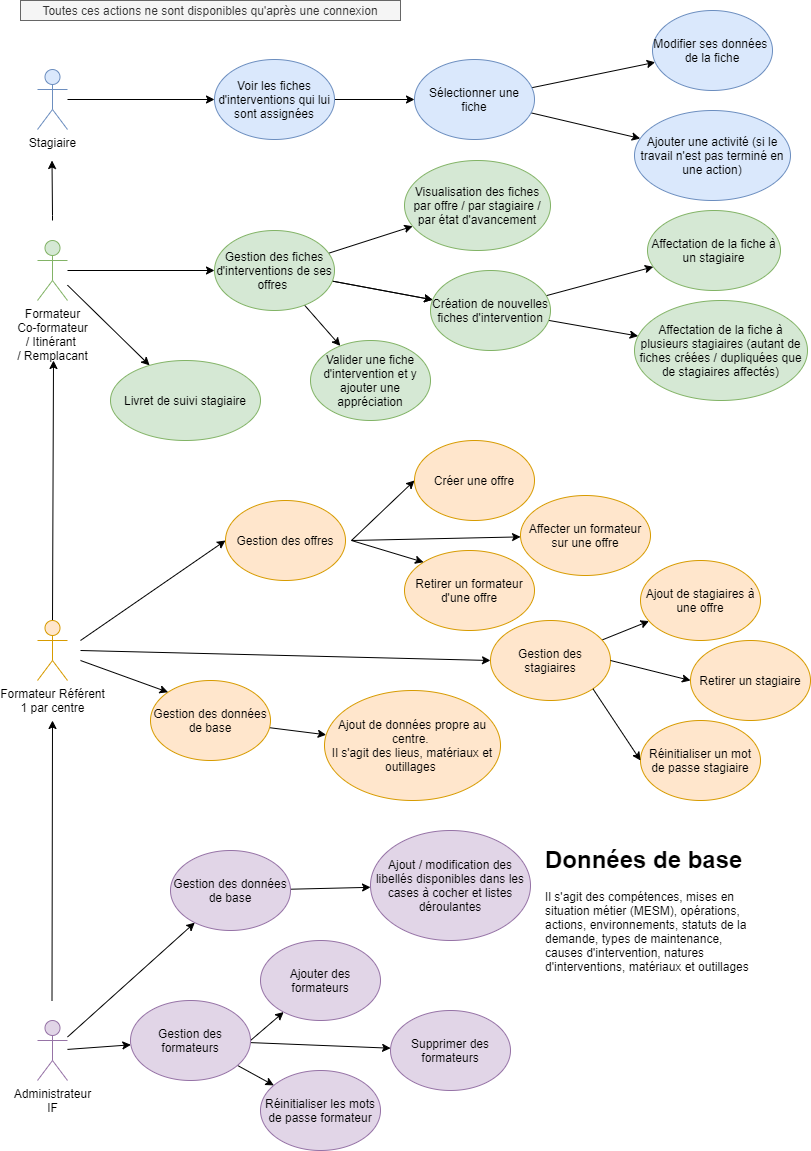
Above: DOCS/useCase.png in tancraft/Stage (draw.io), before the change. Source tidied: cells renumbered, new cells last; positions are measured from the earlier drawing's top-left corner, leaving out a move shared by most shapes.
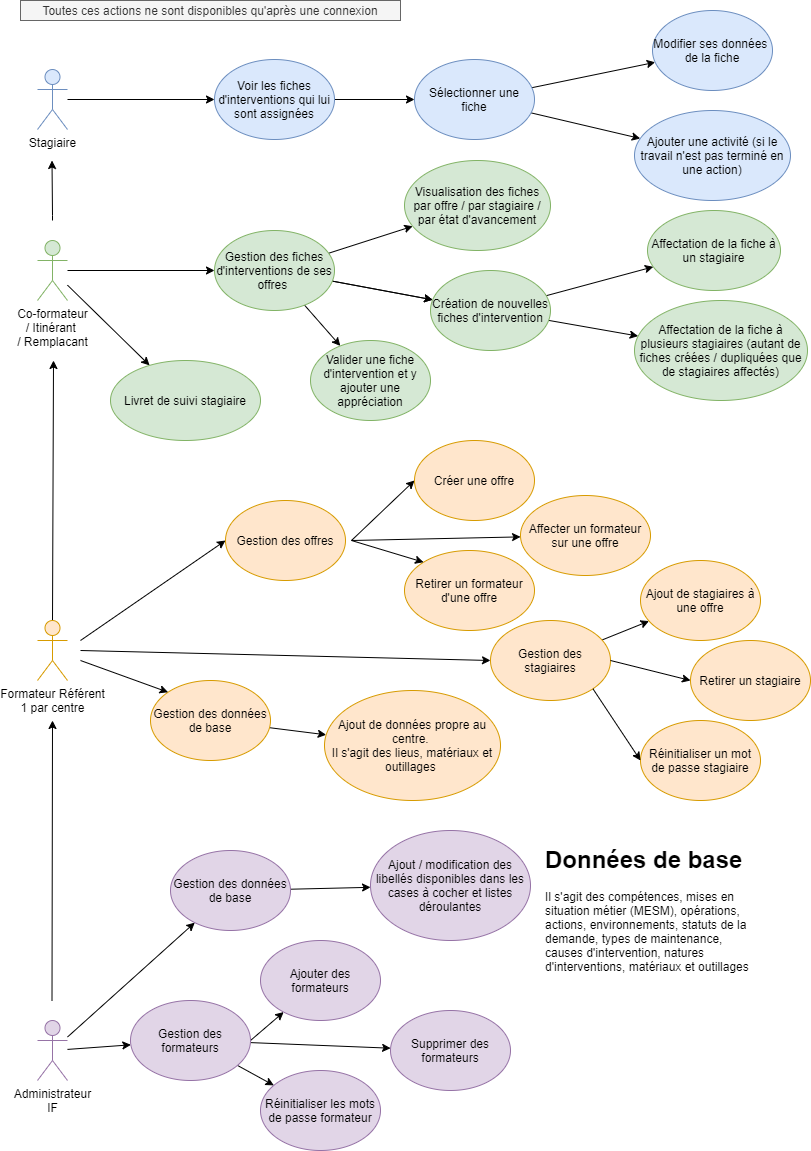
The same file after the commit.

Diff of the diagram source:
```diff
@@ -23,7 +23,7 @@
     <mxCell id="6" style="edgeStyle=none;rounded=0;jettySize=auto;html=1;" parent="1" edge="1" source="7" target="47">
       <mxGeometry relative="1" as="geometry" />
     </mxCell>
-    <mxCell id="7" value="Formateur&lt;br&gt;Co-formateur&lt;br&gt;/ Itinérant &lt;br&gt;/ Remplacant" style="shape=umlActor;verticalLabelPosition=bottom;verticalAlign=top;html=1;outlineConnect=0;fillColor=#d5e8d4;strokeColor=#82b366;" parent="1" vertex="1">
+    <mxCell id="7" value="Co-formateur&lt;br&gt;/ Itinérant &lt;br&gt;/ Remplacant" style="shape=umlActor;verticalLabelPosition=bottom;verticalAlign=top;html=1;outlineConnect=0;fillColor=#d5e8d4;strokeColor=#82b366;" parent="1" vertex="1">
       <mxGeometry x="17" y="240" width="30" height="60" as="geometry" />
     </mxCell>
     <mxCell id="8" style="edgeStyle=none;rounded=0;jettySize=auto;html=1;" parent="1" edge="1" source="10" target="51">
```
